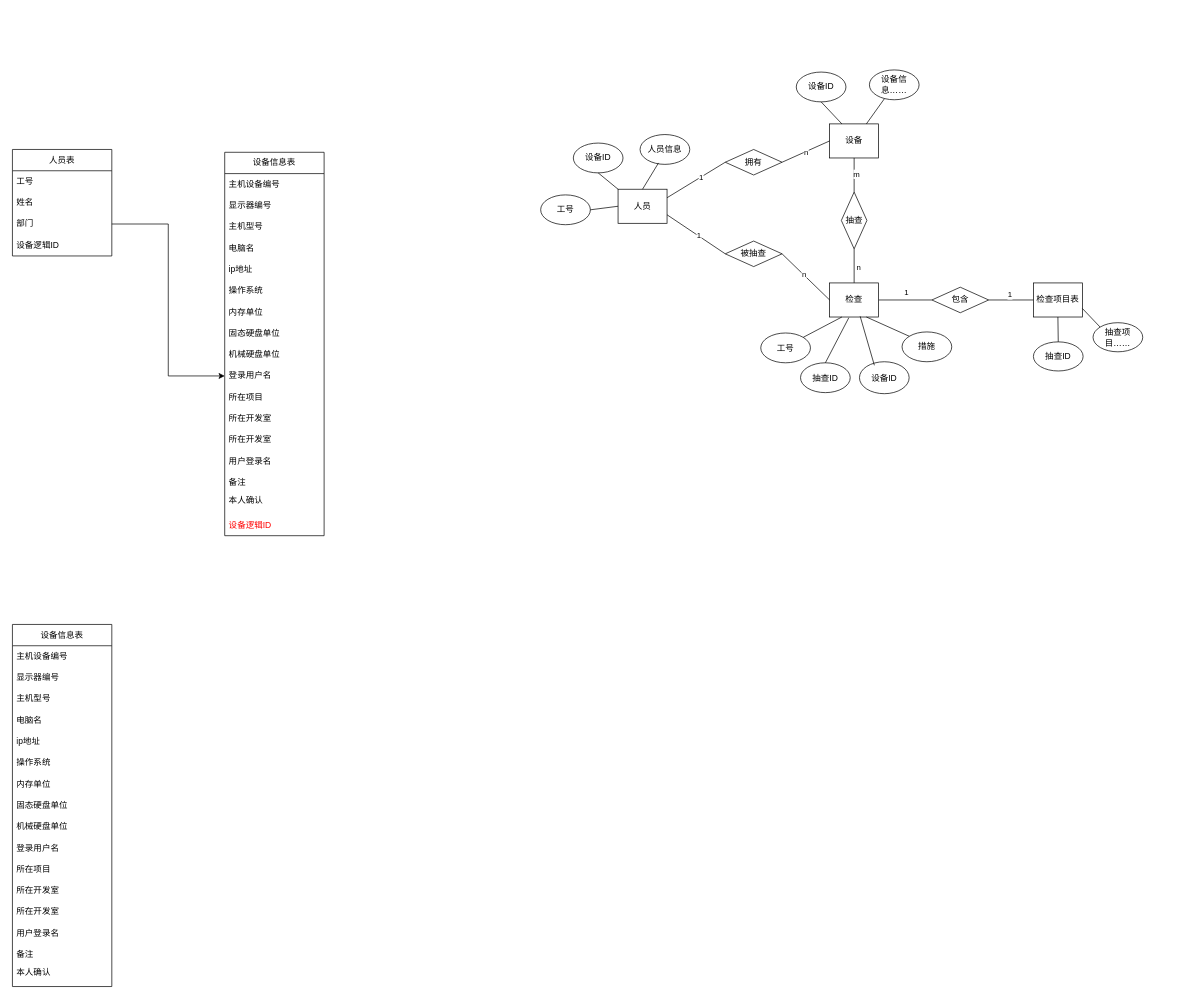
This is 名称未設定ファイル.drawio from linf04/draw.io, a draw.io file, before an edit. Source tidied: cells renumbered, new cells numbered last; positions are measured from the earlier drawing's top-left corner, leaving out a move shared by most shapes. Both pictures are drawn from the tidied source at 71%, with x=0, y=0 at pixel (12, 70).
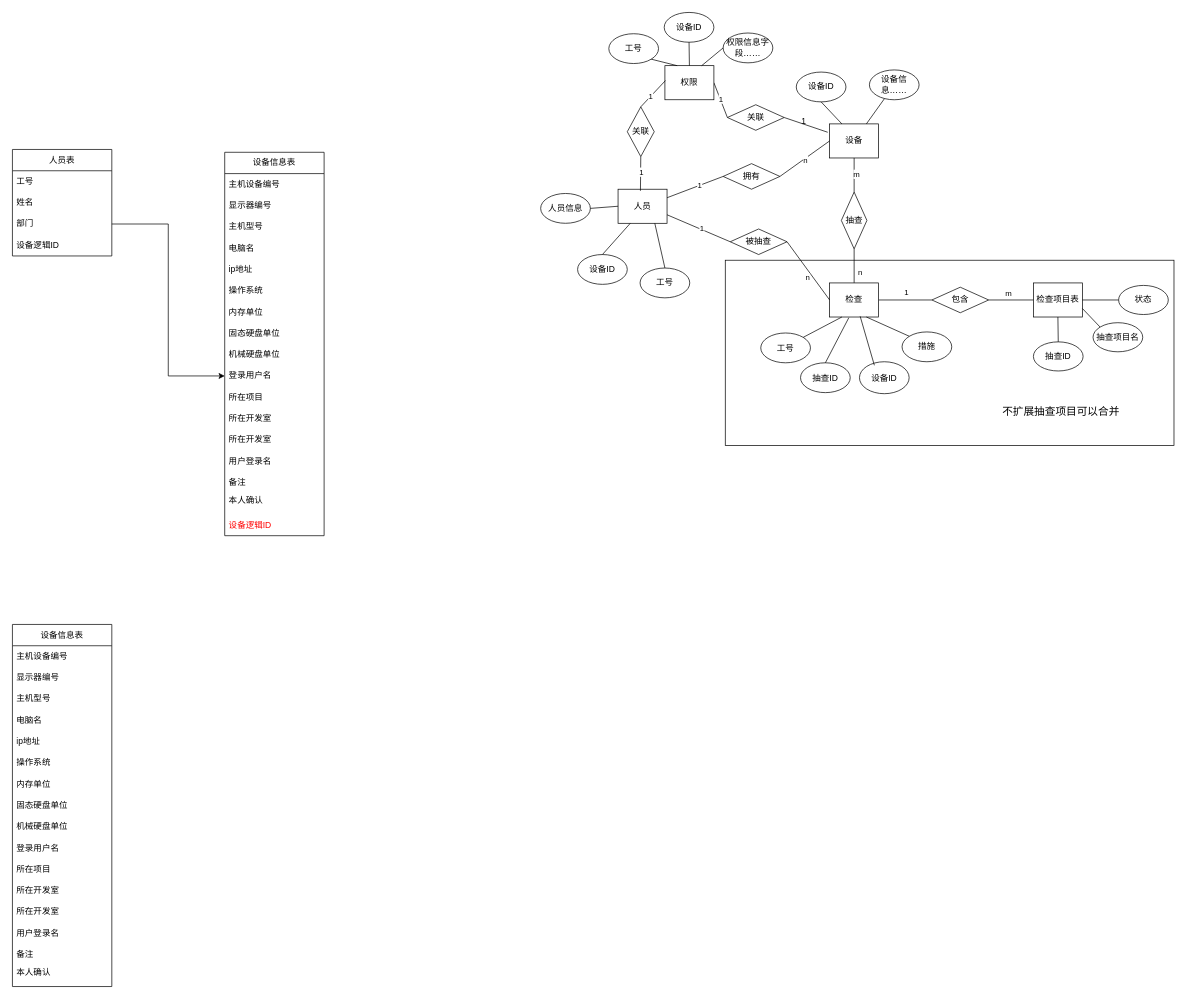
After the change.

Commit message (it also covers changes not shown here):
名称未設定ファイル.drawio を更新します

Unchanged cells that the change refers to:
```xml
<mxCell id="45" value="人员" style="rounded=0;whiteSpace=wrap;html=1;" parent="1" vertex="1">
  <mxGeometry x="853" y="168" width="69" height="48" as="geometry" />
</mxCell>
<mxCell id="46" value="设备" style="rounded=0;whiteSpace=wrap;html=1;" parent="1" vertex="1">
  <mxGeometry x="1151" y="76" width="69" height="48" as="geometry" />
</mxCell>
<mxCell id="47" style="rounded=0;jettySize=auto;html=1;endArrow=none;endFill=0;entryX=1;entryY=0.5;entryDx=0;entryDy=0;" parent="1" edge="1" source="51" target="68">
  <mxGeometry relative="1" as="geometry" />
</mxCell>
<mxCell id="52" value="检查项目表" style="rounded=0;whiteSpace=wrap;html=1;" parent="1" vertex="1">
  <mxGeometry x="1438" y="300" width="69" height="48" as="geometry" />
</mxCell>
<mxCell id="69" value="包含" style="rhombus;whiteSpace=wrap;html=1;direction=west;" parent="1" vertex="1">
  <mxGeometry x="1295" y="306" width="80" height="36" as="geometry" />
</mxCell>
<mxCell id="75" style="rounded=0;jettySize=auto;html=1;exitX=1;exitY=0.5;exitDx=0;exitDy=0;entryX=0;entryY=0.5;entryDx=0;entryDy=0;endArrow=none;endFill=0;" parent="1" edge="1" source="77" target="51">
  <mxGeometry relative="1" as="geometry" />
</mxCell>
```

Change to the diagram source:
```diff
@@
+    <mxCell id="89" style="rounded=0;whiteSpace=wrap;html=1;" parent="1" vertex="1">
+      <mxGeometry x="1004" y="268" width="632" height="261" as="geometry" />
+    </mxCell>
@@
     <mxCell id="48" value="n" style="edgeLabel;html=1;align=center;verticalAlign=middle;" parent="47" vertex="1">
       <mxGeometry x="-0.08" y="3" relative="1" as="geometry">
-        <mxPoint x="9" y="-1" as="offset" />
+        <mxPoint x="11" y="7" as="offset" />
       </mxGeometry>
     </mxCell>
@@
     <mxCell id="53" value="工号" style="ellipse;whiteSpace=wrap;html=1;" parent="1" vertex="1">
-      <mxGeometry x="744" y="176" width="70" height="42" as="geometry" />
+      <mxGeometry x="884" y="279" width="70" height="42" as="geometry" />
     </mxCell>
     <mxCell id="54" value="设备ID" style="ellipse;whiteSpace=wrap;html=1;" parent="1" vertex="1">
-      <mxGeometry x="790" y="103" width="70" height="42" as="geometry" />
+      <mxGeometry x="796" y="260" width="70" height="42" as="geometry" />
     </mxCell>
@@
-    <mxCell id="59" value="抽查项目……" style="ellipse;whiteSpace=wrap;html=1;" parent="1" vertex="1">
+    <mxCell id="59" value="抽查项目名" style="ellipse;whiteSpace=wrap;html=1;" parent="1" vertex="1">
       <mxGeometry x="1522" y="356" width="70" height="41" as="geometry" />
     </mxCell>
     <mxCell id="60" value="人员信息" style="ellipse;whiteSpace=wrap;html=1;" parent="1" vertex="1">
-      <mxGeometry x="884" y="91" width="70" height="42" as="geometry" />
+      <mxGeometry x="744" y="174" width="70" height="42" as="geometry" />
     </mxCell>
@@
     <mxCell id="65" value="拥有" style="rhombus;whiteSpace=wrap;html=1;" parent="1" vertex="1">
-      <mxGeometry x="1004" y="112" width="80" height="36" as="geometry" />
+      <mxGeometry x="1001" y="132" width="80" height="36" as="geometry" />
     </mxCell>
@@
+    <mxCell id="70" style="edgeStyle=orthogonalEdgeStyle;rounded=0;jettySize=auto;html=1;exitX=0;exitY=0.5;exitDx=0;exitDy=0;endArrow=none;endFill=0;" parent="1" edge="1" source="69" target="52">
+      <mxGeometry relative="1" as="geometry" />
+    </mxCell>
+    <mxCell id="90" value="m" style="edgeLabel;html=1;align=center;verticalAlign=middle;" parent="70" vertex="1">
+      <mxGeometry x="0.18" y="1" relative="1" as="geometry">
+        <mxPoint x="-10" y="-9" as="offset" />
+      </mxGeometry>
+    </mxCell>
@@
-    <mxCell id="70" style="rounded=0;jettySize=auto;html=1;exitX=0;exitY=0.5;exitDx=0;exitDy=0;entryX=0;entryY=0.5;entryDx=0;entryDy=0;endArrow=none;endFill=0;" parent="1" edge="1" source="69" target="52">
-      <mxGeometry relative="1" as="geometry" />
-    </mxCell>
-    <mxCell id="71" value="1" style="edgeLabel;html=1;align=center;verticalAlign=middle;" parent="70" vertex="1">
-      <mxGeometry x="-0.08" y="4" relative="1" as="geometry">
-        <mxPoint y="-4" as="offset" />
-      </mxGeometry>
-    </mxCell>
@@
     <mxCell id="76" value="n" style="edgeLabel;html=1;align=center;verticalAlign=middle;" parent="75" vertex="1">
-      <mxGeometry x="-0.09" y="1" relative="1" as="geometry" />
+      <mxGeometry x="-0.09" y="1" relative="1" as="geometry">
+        <mxPoint x="1" y="14" as="offset" />
+      </mxGeometry>
     </mxCell>
     <mxCell id="77" value="被抽查" style="rhombus;whiteSpace=wrap;html=1;" parent="1" vertex="1">
-      <mxGeometry x="1004" y="241" width="80" height="36" as="geometry" />
+      <mxGeometry x="1011" y="224" width="80" height="36" as="geometry" />
     </mxCell>
-    <mxCell id="78" style="endArrow=none;html=1;rounded=0;entryX=0;entryY=0.5;entryDx=0;entryDy=0;exitX=1;exitY=0.5;exitDx=0;exitDy=0;" parent="1" edge="1" source="53" target="45">
+    <mxCell id="78" style="endArrow=none;html=1;rounded=0;entryX=0.75;entryY=1;entryDx=0;entryDy=0;exitX=0.5;exitY=0;exitDx=0;exitDy=0;" parent="1" edge="1" source="53" target="45">
       <mxGeometry relative="1" as="geometry" />
     </mxCell>
-    <mxCell id="79" style="endArrow=none;html=1;rounded=0;entryX=0;entryY=0;entryDx=0;entryDy=0;exitX=0.5;exitY=1;exitDx=0;exitDy=0;" parent="1" edge="1" source="54" target="45">
+    <mxCell id="79" style="endArrow=none;html=1;rounded=0;entryX=0.25;entryY=1;entryDx=0;entryDy=0;exitX=0.5;exitY=0;exitDx=0;exitDy=0;" parent="1" edge="1" source="54" target="45">
       <mxGeometry relative="1" as="geometry" />
     </mxCell>
-    <mxCell id="80" style="endArrow=none;html=1;rounded=0;entryX=0.371;entryY=0.952;entryDx=0;entryDy=0;exitX=0.5;exitY=0;exitDx=0;exitDy=0;entryPerimeter=0;" parent="1" edge="1" source="45" target="60">
+    <mxCell id="80" style="endArrow=none;html=1;rounded=0;entryX=1;entryY=0.5;entryDx=0;entryDy=0;exitX=0;exitY=0.5;exitDx=0;exitDy=0;" parent="1" edge="1" source="45" target="60">
       <mxGeometry relative="1" as="geometry" />
     </mxCell>
@@
+    <mxCell id="91" style="rounded=0;jettySize=auto;html=1;exitX=1;exitY=0.5;exitDx=0;exitDy=0;entryX=0;entryY=0.5;entryDx=0;entryDy=0;endArrow=none;endFill=0;" parent="1" edge="1" source="93" target="100">
+      <mxGeometry relative="1" as="geometry" />
+    </mxCell>
+    <mxCell id="92" value="1" style="edgeLabel;html=1;align=center;verticalAlign=middle;" parent="91" vertex="1">
+      <mxGeometry x="-0.1" y="1" relative="1" as="geometry" />
+    </mxCell>
+    <mxCell id="93" value="权限" style="rounded=0;whiteSpace=wrap;html=1;" parent="1" vertex="1">
+      <mxGeometry x="919" y="-6" width="69" height="48" as="geometry" />
+    </mxCell>
+    <mxCell id="94" value="工号" style="ellipse;whiteSpace=wrap;html=1;" parent="1" vertex="1">
+      <mxGeometry x="840" y="-51" width="70" height="42" as="geometry" />
+    </mxCell>
+    <mxCell id="95" value="设备ID" style="ellipse;whiteSpace=wrap;html=1;" parent="1" vertex="1">
+      <mxGeometry x="918" y="-81" width="70" height="42" as="geometry" />
+    </mxCell>
+    <mxCell id="96" value="权限信息字段……" style="ellipse;whiteSpace=wrap;html=1;" parent="1" vertex="1">
+      <mxGeometry x="1001" y="-52" width="70" height="42" as="geometry" />
+    </mxCell>
+    <mxCell id="97" style="endArrow=none;html=1;rounded=0;entryX=1;entryY=1;entryDx=0;entryDy=0;exitX=0.25;exitY=0;exitDx=0;exitDy=0;" parent="1" edge="1" source="93" target="94">
+      <mxGeometry relative="1" as="geometry" />
+    </mxCell>
+    <mxCell id="98" style="endArrow=none;html=1;rounded=0;entryX=0.5;entryY=1;entryDx=0;entryDy=0;exitX=0.5;exitY=0;exitDx=0;exitDy=0;" parent="1" edge="1" source="93" target="95">
+      <mxGeometry relative="1" as="geometry" />
+    </mxCell>
+    <mxCell id="99" style="endArrow=none;html=1;rounded=0;entryX=0;entryY=0.5;entryDx=0;entryDy=0;exitX=0.75;exitY=0;exitDx=0;exitDy=0;" parent="1" edge="1" source="93" target="96">
+      <mxGeometry relative="1" as="geometry" />
+    </mxCell>
+    <mxCell id="100" value="关联" style="rhombus;whiteSpace=wrap;html=1;" parent="1" vertex="1">
+      <mxGeometry x="1007" y="49" width="80" height="36" as="geometry" />
+    </mxCell>
+    <mxCell id="101" style="edgeStyle=orthogonalEdgeStyle;rounded=0;jettySize=auto;html=1;exitX=0;exitY=0.5;exitDx=0;exitDy=0;entryX=1;entryY=0.5;entryDx=0;entryDy=0;endArrow=none;endFill=0;" parent="1" edge="1" source="102" target="52">
+      <mxGeometry relative="1" as="geometry" />
+    </mxCell>
+    <mxCell id="102" value="状态" style="ellipse;whiteSpace=wrap;html=1;" parent="1" vertex="1">
+      <mxGeometry x="1558" y="303.5" width="70" height="41" as="geometry" />
+    </mxCell>
+    <mxCell id="103" value="&lt;font style=&quot;font-size: 15px;&quot;&gt;不扩展抽查项目可以合并&lt;/font&gt;" style="text;html=1;whiteSpace=wrap;strokeColor=none;fillColor=none;align=center;verticalAlign=middle;rounded=0;" parent="1" vertex="1">
+      <mxGeometry x="1366" y="456" width="222" height="47" as="geometry" />
+    </mxCell>
+    <mxCell id="104" value="关联" style="rhombus;whiteSpace=wrap;html=1;direction=south;" parent="1" vertex="1">
+      <mxGeometry x="866" y="52" width="38" height="70" as="geometry" />
+    </mxCell>
+    <mxCell id="105" style="rounded=0;jettySize=auto;html=1;exitX=-0.039;exitY=0.246;exitDx=0;exitDy=0;entryX=1;entryY=0.5;entryDx=0;entryDy=0;endArrow=none;endFill=0;exitPerimeter=0;" parent="1" edge="1" source="46" target="100">
+      <mxGeometry relative="1" as="geometry" />
+    </mxCell>
+    <mxCell id="106" value="1" style="text;html=1;whiteSpace=wrap;strokeColor=none;fillColor=none;align=center;verticalAlign=middle;rounded=0;" parent="1" vertex="1">
+      <mxGeometry x="1085" y="58" width="60" height="30" as="geometry" />
+    </mxCell>
+    <mxCell id="107" style="endArrow=none;html=1;rounded=0;entryX=0;entryY=0.5;entryDx=0;entryDy=0;exitX=0.011;exitY=0.437;exitDx=0;exitDy=0;exitPerimeter=0;" parent="1" edge="1" source="93" target="104">
+      <mxGeometry relative="1" as="geometry" />
+    </mxCell>
+    <mxCell id="108" value="1" style="edgeLabel;html=1;align=center;verticalAlign=middle;" parent="107" vertex="1">
+      <mxGeometry x="0.21" relative="1" as="geometry" />
+    </mxCell>
+    <mxCell id="109" style="endArrow=none;html=1;rounded=0;entryX=0.457;entryY=0.046;entryDx=0;entryDy=0;exitX=1;exitY=0.5;exitDx=0;exitDy=0;entryPerimeter=0;" parent="1" edge="1" source="104" target="45">
+      <mxGeometry relative="1" as="geometry" />
+    </mxCell>
+    <mxCell id="110" value="1" style="edgeLabel;html=1;align=center;verticalAlign=middle;" parent="109" vertex="1">
+      <mxGeometry x="-0.12" y="1" relative="1" as="geometry" />
+    </mxCell>
```
